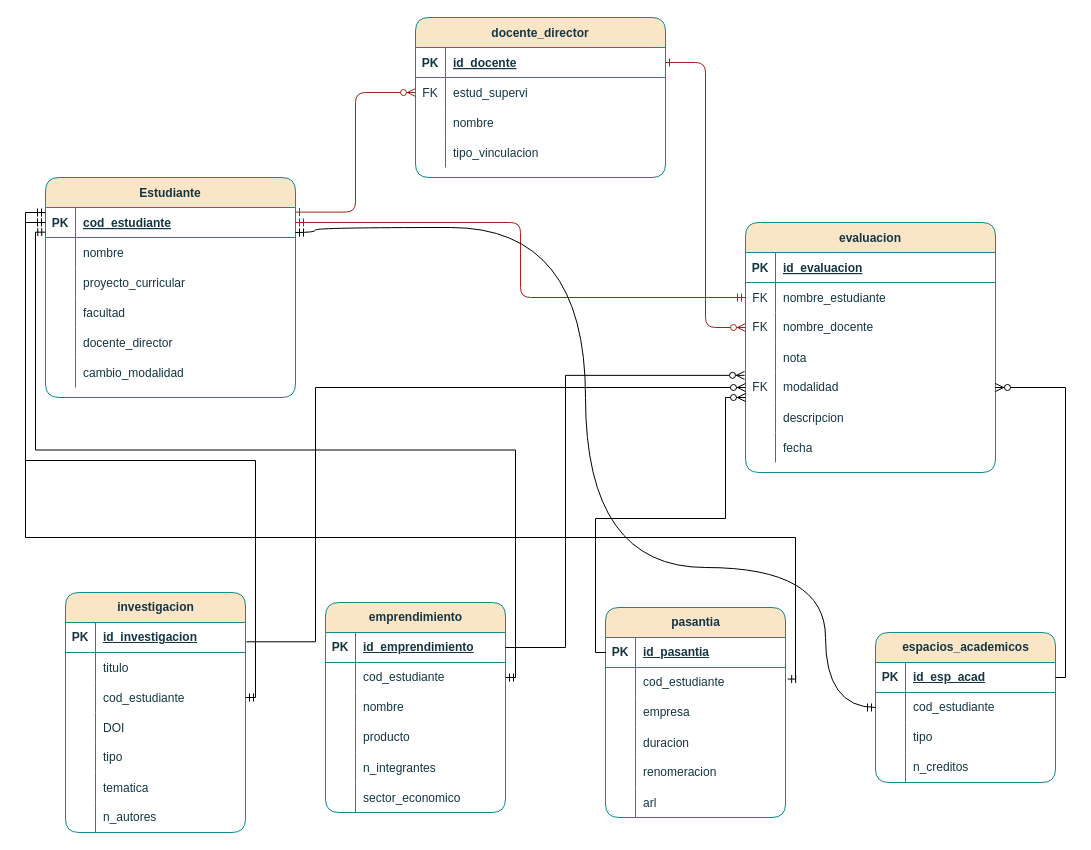
Earlier version of the draw.io diagram ProjectOptionsDB.drawio (Djaiber/Database-Basis). Source tidied: cells renumbered, new cells numbered last; positions are measured from the earlier drawing's top-left corner, leaving out a move shared by most shapes. Both pictures are drawn from the tidied source at 100%, with x=0, y=0 at pixel (25, 17).
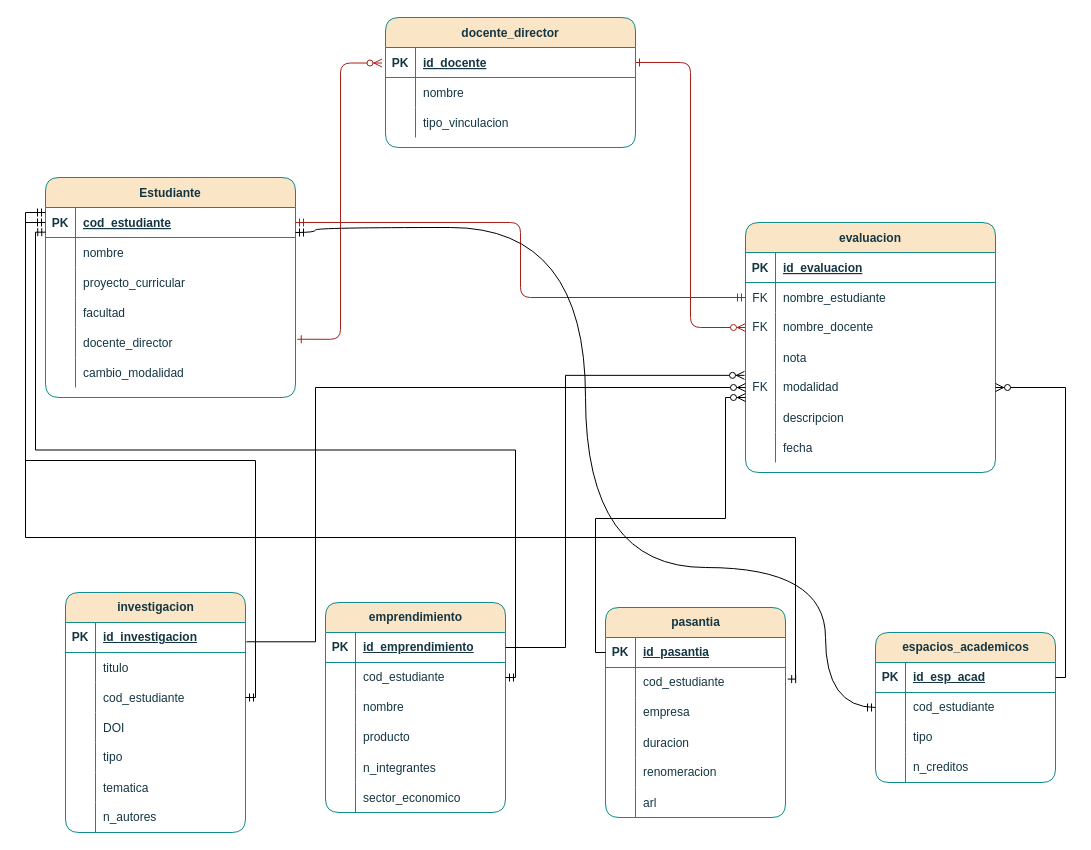
The same page after the edit.

Unchanged cells that the change refers to:
```xml
<mxCell id="5" style="shape=partialRectangle;fillColor=none;points=[[0,0.5],[1,0.5]];portConstraint=eastwest;top=0;left=0;right=0;bottom=1;labelBackgroundColor=none;strokeColor=#0F8B8D;fontColor=#143642;rounded=1;" parent="4" vertex="1">
  <mxGeometry y="30" width="250" height="30" as="geometry" />
</mxCell>
<mxCell id="40" style="shape=partialRectangle;fillColor=none;points=[[0,0.5],[1,0.5]];portConstraint=eastwest;top=0;left=0;right=0;bottom=1;labelBackgroundColor=none;strokeColor=#0F8B8D;fontColor=#143642;rounded=1;" parent="39" vertex="1">
  <mxGeometry y="30" width="250" height="30" as="geometry" />
</mxCell>
<mxCell id="52" style="shape=tableRow;horizontal=0;startSize=0;swimlaneHead=0;swimlaneBody=0;fillColor=none;points=[[0,0.5],[1,0.5]];portConstraint=eastwest;top=0;left=0;right=0;bottom=0;labelBackgroundColor=none;strokeColor=#0F8B8D;fontColor=#143642;rounded=1;" parent="39" vertex="1">
  <mxGeometry y="150" width="250" height="30" as="geometry" />
</mxCell>
```

The edit, as a diff of the source:
```diff
@@
-    <mxCell id="2" style="edgeStyle=orthogonalEdgeStyle;endArrow=ERzeroToMany;startArrow=ERone;endFill=1;startFill=0;labelBackgroundColor=none;strokeColor=#A8201A;fontColor=default;exitX=1;exitY=0.153;exitDx=0;exitDy=0;exitPerimeter=0;" parent="1" edge="1" source="40" target="8">
+    <mxCell id="2" style="edgeStyle=orthogonalEdgeStyle;endArrow=ERzeroToMany;startArrow=ERone;endFill=1;startFill=0;labelBackgroundColor=none;strokeColor=#A8201A;fontColor=default;exitX=1.007;exitY=0.392;exitDx=0;exitDy=0;exitPerimeter=0;entryX=-0.014;entryY=0.518;entryDx=0;entryDy=0;entryPerimeter=0;" parent="1" edge="1" source="52" target="5">
       <mxGeometry relative="1" as="geometry" />
     </mxCell>
@@
     <mxCell id="4" value="docente_director" style="shape=table;startSize=30;childLayout=tableLayout;rowLines=0;fontStyle=1;align=center;labelBackgroundColor=none;fillColor=#FAE5C7;strokeColor=#0F8B8D;fontColor=#143642;rounded=1;" parent="1" vertex="1">
-      <mxGeometry x="390" width="250" height="160" as="geometry" />
+      <mxGeometry x="360" width="250" height="130" as="geometry" />
     </mxCell>
@@
-    <mxCell id="8" style="shape=partialRectangle;fillColor=none;points=[[0,0.5],[1,0.5]];portConstraint=eastwest;top=0;left=0;right=0;bottom=0;labelBackgroundColor=none;strokeColor=#0F8B8D;fontColor=#143642;rounded=1;" parent="4" vertex="1">
-      <mxGeometry y="60" width="250" height="30" as="geometry" />
-    </mxCell>
-    <mxCell id="9" value="FK" style="shape=partialRectangle;overflow=hidden;fillColor=none;top=0;left=0;bottom=0;right=0;labelBackgroundColor=none;strokeColor=#0F8B8D;fontColor=#143642;rounded=1;" parent="8" vertex="1">
-      <mxGeometry width="30" height="30" as="geometry" />
-    </mxCell>
-    <mxCell id="10" value="estud_supervi" style="shape=partialRectangle;overflow=hidden;fillColor=none;top=0;left=0;bottom=0;right=0;align=left;spacingLeft=6;labelBackgroundColor=none;strokeColor=#0F8B8D;fontColor=#143642;rounded=1;" parent="8" vertex="1">
-      <mxGeometry x="30" width="220" height="30" as="geometry" />
-    </mxCell>
     <mxCell id="11" style="shape=partialRectangle;fillColor=none;top=0;left=0;right=0;bottom=0;labelBackgroundColor=none;strokeColor=#0F8B8D;fontColor=#143642;rounded=1;" parent="4" vertex="1">
-      <mxGeometry y="90" width="250" height="30" as="geometry" />
+      <mxGeometry y="60" width="250" height="30" as="geometry" />
     </mxCell>
@@
     <mxCell id="14" style="shape=tableRow;horizontal=0;startSize=0;swimlaneHead=0;swimlaneBody=0;fillColor=none;top=0;left=0;right=0;bottom=0;labelBackgroundColor=none;strokeColor=#0F8B8D;fontColor=#143642;rounded=1;" parent="4" vertex="1">
-      <mxGeometry y="120" width="250" height="30" as="geometry" />
+      <mxGeometry y="90" width="250" height="30" as="geometry" />
     </mxCell>
```
